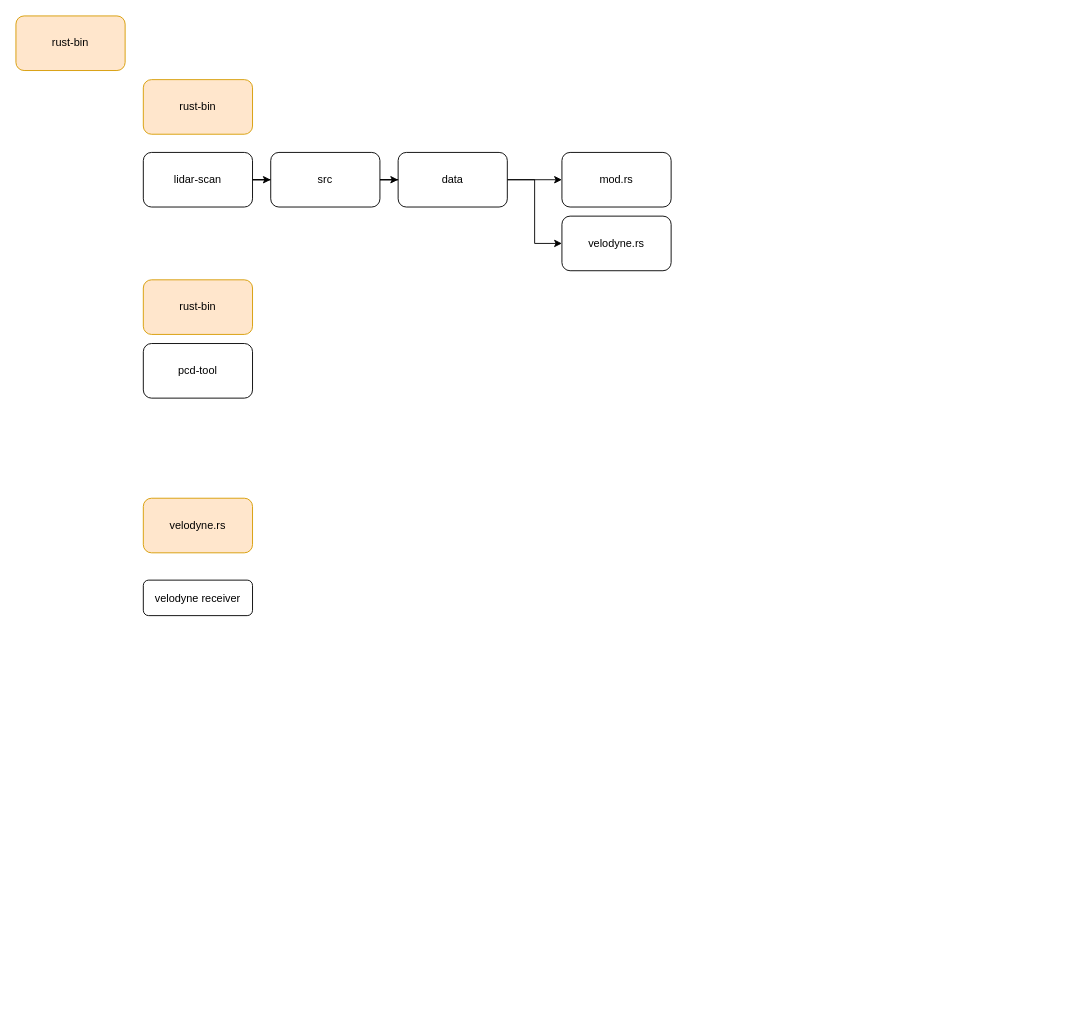
The draw.io diagram lidar-scan.drawio in YueChuCheng/Wayside_draw, before the edit. Source tidied: cells renumbered, new cells numbered last; positions are measured from the earlier drawing's top-left corner, leaving out a move shared by most shapes. Both pictures are drawn from the tidied source at 91%, with x=0, y=0 at pixel (15, 15).
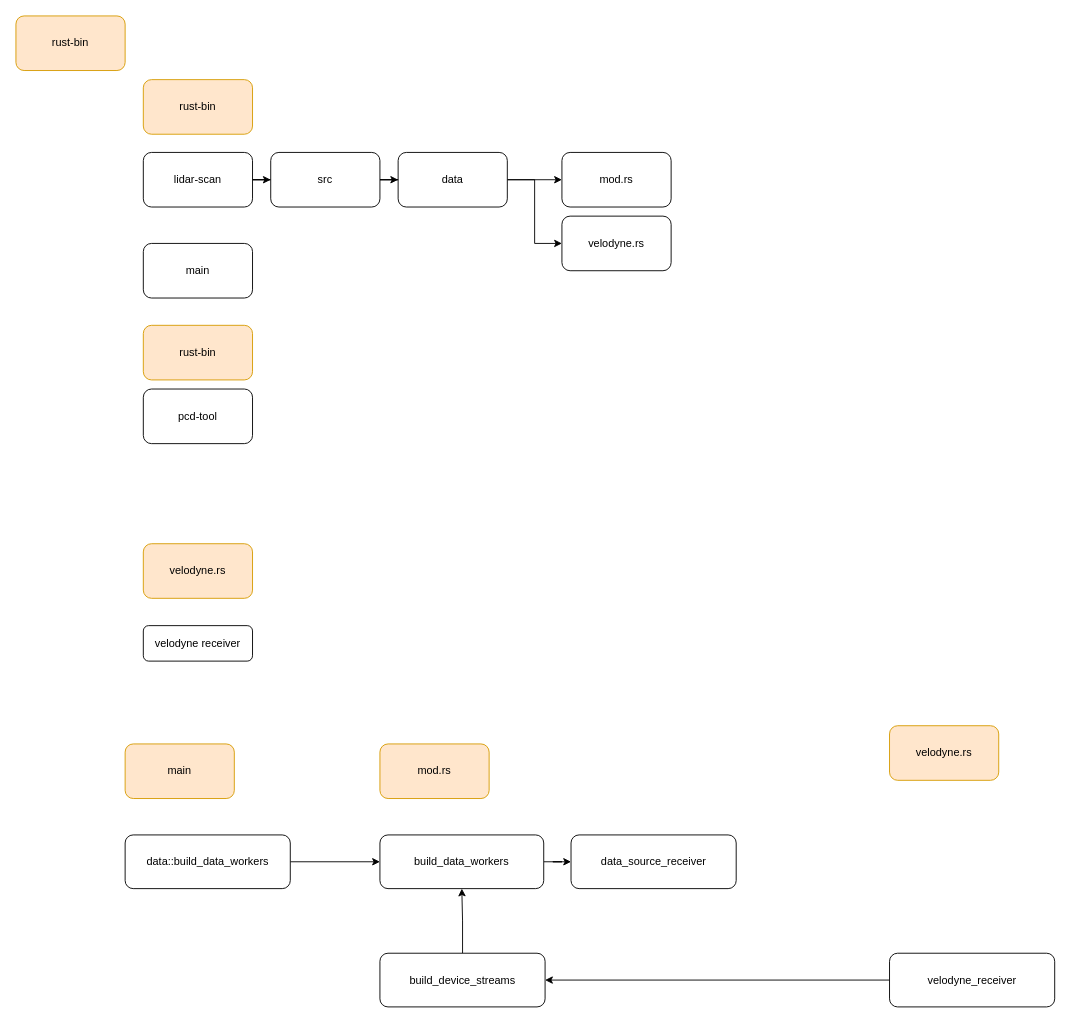
The same diagram, later.

Change to the diagram source:
```diff
@@
     <mxCell id="11" value="velodyne.rs&lt;br&gt;" style="rounded=1;whiteSpace=wrap;html=1;fillColor=#ffe6cc;strokeColor=#d79b00;" parent="1" vertex="1">
-      <mxGeometry x="140" y="530" width="120" height="60" as="geometry" />
+      <mxGeometry x="140" y="580" width="120" height="60" as="geometry" />
     </mxCell>
     <mxCell id="12" value="velodyne receiver" style="rounded=1;whiteSpace=wrap;html=1;" parent="1" vertex="1">
-      <mxGeometry x="140" y="620" width="120" height="39" as="geometry" />
+      <mxGeometry x="140" y="670" width="120" height="39" as="geometry" />
     </mxCell>
@@
     <mxCell id="14" value="rust-bin" style="rounded=1;whiteSpace=wrap;html=1;fillColor=#ffe6cc;strokeColor=#d79b00;" parent="1" vertex="1">
-      <mxGeometry x="140" y="290" width="120" height="60" as="geometry" />
+      <mxGeometry x="140" y="340" width="120" height="60" as="geometry" />
     </mxCell>
     <mxCell id="15" value="pcd-tool" style="rounded=1;whiteSpace=wrap;html=1;" parent="1" vertex="1">
-      <mxGeometry x="140" y="360" width="120" height="60" as="geometry" />
+      <mxGeometry x="140" y="410" width="120" height="60" as="geometry" />
     </mxCell>
@@
+    <mxCell id="17" value="main" style="rounded=1;whiteSpace=wrap;html=1;" parent="1" vertex="1">
+      <mxGeometry x="140" y="250" width="120" height="60" as="geometry" />
+    </mxCell>
+    <mxCell id="18" value="main" style="rounded=1;whiteSpace=wrap;html=1;fillColor=#ffe6cc;strokeColor=#d79b00;" parent="1" vertex="1">
+      <mxGeometry x="120" y="800" width="120" height="60" as="geometry" />
+    </mxCell>
+    <mxCell id="19" style="edgeStyle=orthogonalEdgeStyle;rounded=0;jettySize=auto;html=1;entryX=0;entryY=0.5;entryDx=0;entryDy=0;" parent="1" edge="1" source="20" target="22">
+      <mxGeometry relative="1" as="geometry" />
+    </mxCell>
+    <mxCell id="20" value="data::build_data_workers" style="rounded=1;whiteSpace=wrap;html=1;" parent="1" vertex="1">
+      <mxGeometry x="120" y="900" width="181.5" height="59" as="geometry" />
+    </mxCell>
+    <mxCell id="21" style="edgeStyle=orthogonalEdgeStyle;rounded=0;jettySize=auto;html=1;" parent="1" edge="1" source="22" target="29">
+      <mxGeometry relative="1" as="geometry" />
+    </mxCell>
+    <mxCell id="22" value="build_data_workers" style="rounded=1;whiteSpace=wrap;html=1;" parent="1" vertex="1">
+      <mxGeometry x="400" y="900" width="180" height="59" as="geometry" />
+    </mxCell>
+    <mxCell id="23" value="mod.rs" style="rounded=1;whiteSpace=wrap;html=1;fillColor=#ffe6cc;strokeColor=#d79b00;" parent="1" vertex="1">
+      <mxGeometry x="400" y="800" width="120" height="60" as="geometry" />
+    </mxCell>
+    <mxCell id="24" value="velodyne.rs" style="rounded=1;whiteSpace=wrap;html=1;fillColor=#ffe6cc;strokeColor=#d79b00;" parent="1" vertex="1">
+      <mxGeometry x="960" y="780" width="120" height="60" as="geometry" />
+    </mxCell>
+    <mxCell id="25" style="edgeStyle=orthogonalEdgeStyle;rounded=0;jettySize=auto;html=1;" parent="1" edge="1" source="26" target="22">
+      <mxGeometry relative="1" as="geometry" />
+    </mxCell>
+    <mxCell id="26" value="build_device_streams" style="rounded=1;whiteSpace=wrap;html=1;" parent="1" vertex="1">
+      <mxGeometry x="400" y="1030" width="181.5" height="59" as="geometry" />
+    </mxCell>
+    <mxCell id="27" style="edgeStyle=orthogonalEdgeStyle;rounded=0;jettySize=auto;html=1;entryX=1;entryY=0.5;entryDx=0;entryDy=0;" parent="1" edge="1" source="28" target="26">
+      <mxGeometry relative="1" as="geometry" />
+    </mxCell>
+    <mxCell id="28" value="velodyne_receiver" style="rounded=1;whiteSpace=wrap;html=1;" parent="1" vertex="1">
+      <mxGeometry x="960" y="1030" width="181.5" height="59" as="geometry" />
+    </mxCell>
+    <mxCell id="29" value="data_source_receiver" style="rounded=1;whiteSpace=wrap;html=1;" parent="1" vertex="1">
+      <mxGeometry x="610" y="900" width="181.5" height="59" as="geometry" />
+    </mxCell>
```
